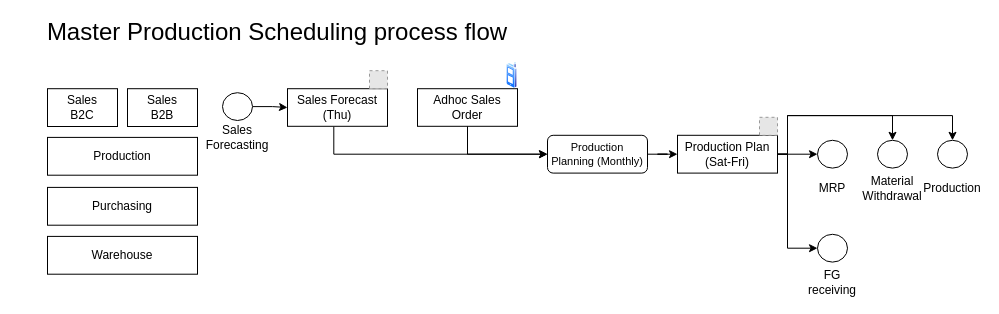
Earlier version of the draw.io diagram page "MPS" (5 of 15) of E2E.drawio (pkppm-dev/Roy-s). Source tidied: cells renumbered, new cells numbered last; positions are measured from the earlier drawing's top-left corner, leaving out a move shared by most shapes. Both pictures are drawn from the tidied source at 100%, with x=0, y=0 at pixel (17, 17). Pictures stored in the file or linked from it are replaced by grey dashed boxes.
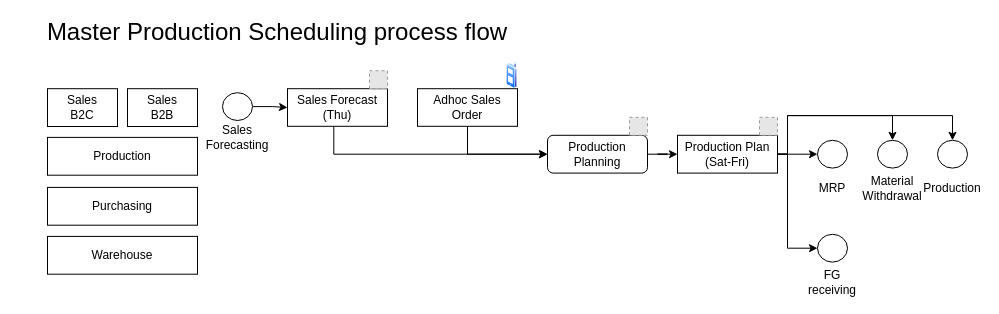
After the change.

The edit, as a diff of the source:
```diff
@@
-    <mxCell id="10" value="Production Planning (Monthly)" style="whiteSpace=wrap;html=1;rounded=1;fontSize=11;" parent="1" vertex="1">
+    <mxCell id="10" value="Production Planning" style="whiteSpace=wrap;html=1;rounded=1;fontSize=12;" parent="1" vertex="1">
       <mxGeometry x="530" y="117.8" width="100" height="37.8" as="geometry" />
     </mxCell>
@@
+    <mxCell id="33" style="fillColor=#E6E6E6;strokeColor=#999999;dashed=1;html=1;verticalAlign=top;verticalLabelPosition=bottom;labelBackgroundColor=#ffffff;" parent="1" vertex="1">
+      <mxGeometry x="612" y="99.8" width="18" height="18" as="geometry" />
+    </mxCell>
```
